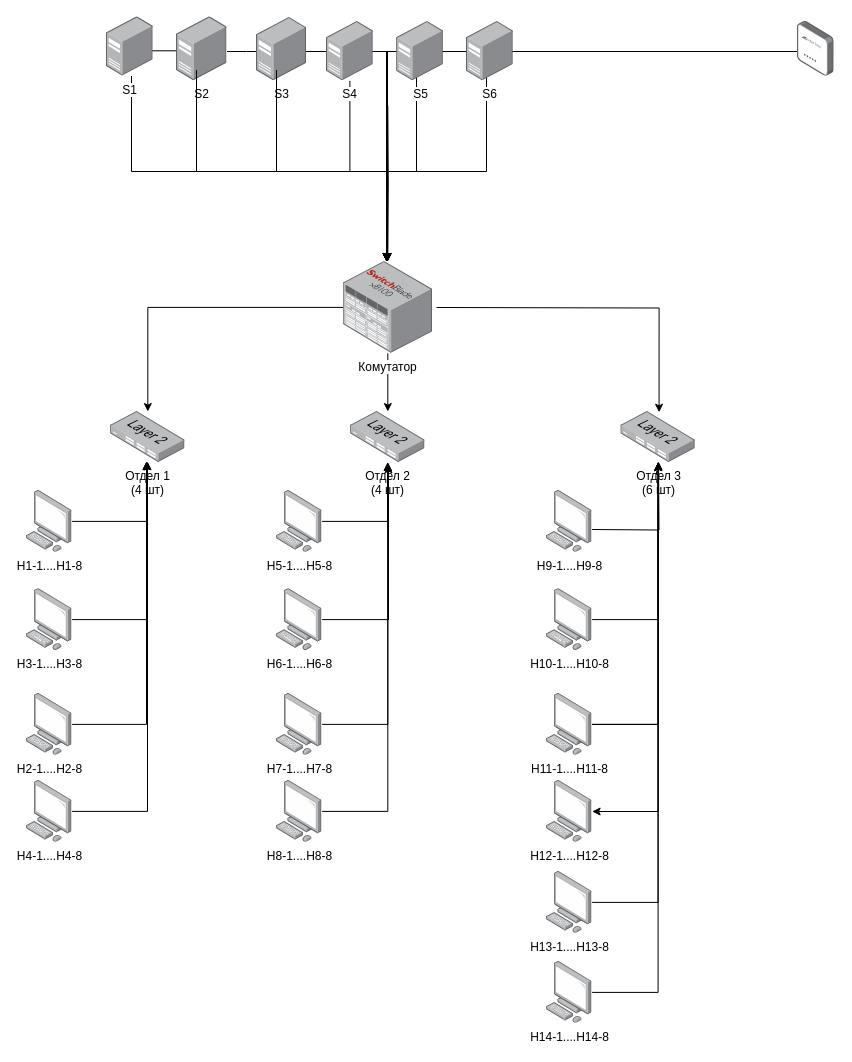
C3EQUALZz/DSTU_VKB keeps this draw.io diagram as computer_networks/2/Practice/Infrastructure.drawio. Above is the earlier version. Source tidied: cells renumbered, new cells numbered last; positions are measured from the earlier drawing's top-left corner, leaving out a move shared by most shapes. Both pictures are drawn from the tidied source at 100%, with x=0, y=0 at pixel (26, 16).
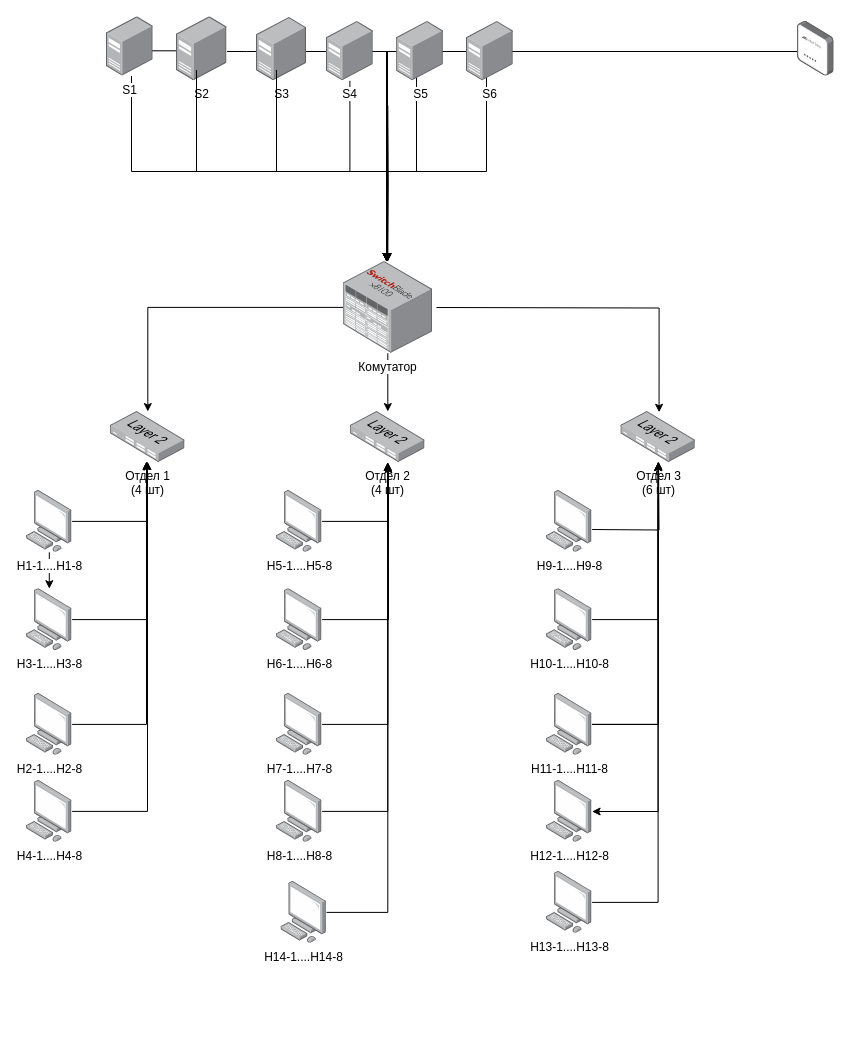
Above is the later version.

The change refers to these unchanged cells:
```xml
<mxCell id="19" value="Отдел 2&lt;br&gt;(4 шт)" style="image;points=[];html=1;align=center;shadow=0;dashed=0;image=img/lib/allied_telesis/switch/Switch_24_port_L2.svg;" parent="1" vertex="1">
  <mxGeometry x="324.1" y="395" width="74.4" height="51" as="geometry" />
</mxCell>
<mxCell id="21" value="Отдел 3&lt;br&gt;(6 шт)" style="image;points=[];html=1;align=center;shadow=0;dashed=0;image=img/lib/allied_telesis/switch/Switch_24_port_L2.svg;" parent="1" vertex="1">
  <mxGeometry x="594.4" y="395" width="74.4" height="51" as="geometry" />
</mxCell>
<mxCell id="22" value="H1-1....H1-8" style="image;points=[];html=1;align=center;shadow=0;dashed=0;image=img/lib/allied_telesis/computer_and_terminals/Personal_Computer.svg;" parent="1" vertex="1">
  <mxGeometry y="474" width="45.6" height="61.8" as="geometry" />
</mxCell>
<mxCell id="26" value="H3-1....H3-8" style="image;points=[];html=1;align=center;shadow=0;dashed=0;image=img/lib/allied_telesis/computer_and_terminals/Personal_Computer.svg;" parent="1" vertex="1">
  <mxGeometry y="572.2" width="45.6" height="61.8" as="geometry" />
</mxCell>
```

Diff of the diagram source:
```diff
@@
+    <mxCell id="60" style="edgeStyle=orthogonalEdgeStyle;rounded=0;jettySize=auto;html=1;" parent="1" edge="1" source="22" target="26">
+      <mxGeometry relative="1" as="geometry" />
+    </mxCell>
@@
-    <mxCell id="39" style="edgeStyle=orthogonalEdgeStyle;rounded=0;jettySize=auto;html=1;" parent="1" edge="1" source="40" target="21">
+    <mxCell id="39" style="edgeStyle=orthogonalEdgeStyle;rounded=0;jettySize=auto;html=1;" parent="1" edge="1" source="40" target="19">
       <mxGeometry relative="1" as="geometry" />
     </mxCell>
     <mxCell id="40" value="H14-1....H14-8" style="image;points=[];html=1;align=center;shadow=0;dashed=0;image=img/lib/allied_telesis/computer_and_terminals/Personal_Computer.svg;" parent="1" vertex="1">
-      <mxGeometry x="520" y="945" width="45.6" height="61.8" as="geometry" />
+      <mxGeometry x="254.4" y="865" width="45.6" height="61.8" as="geometry" />
     </mxCell>
```
